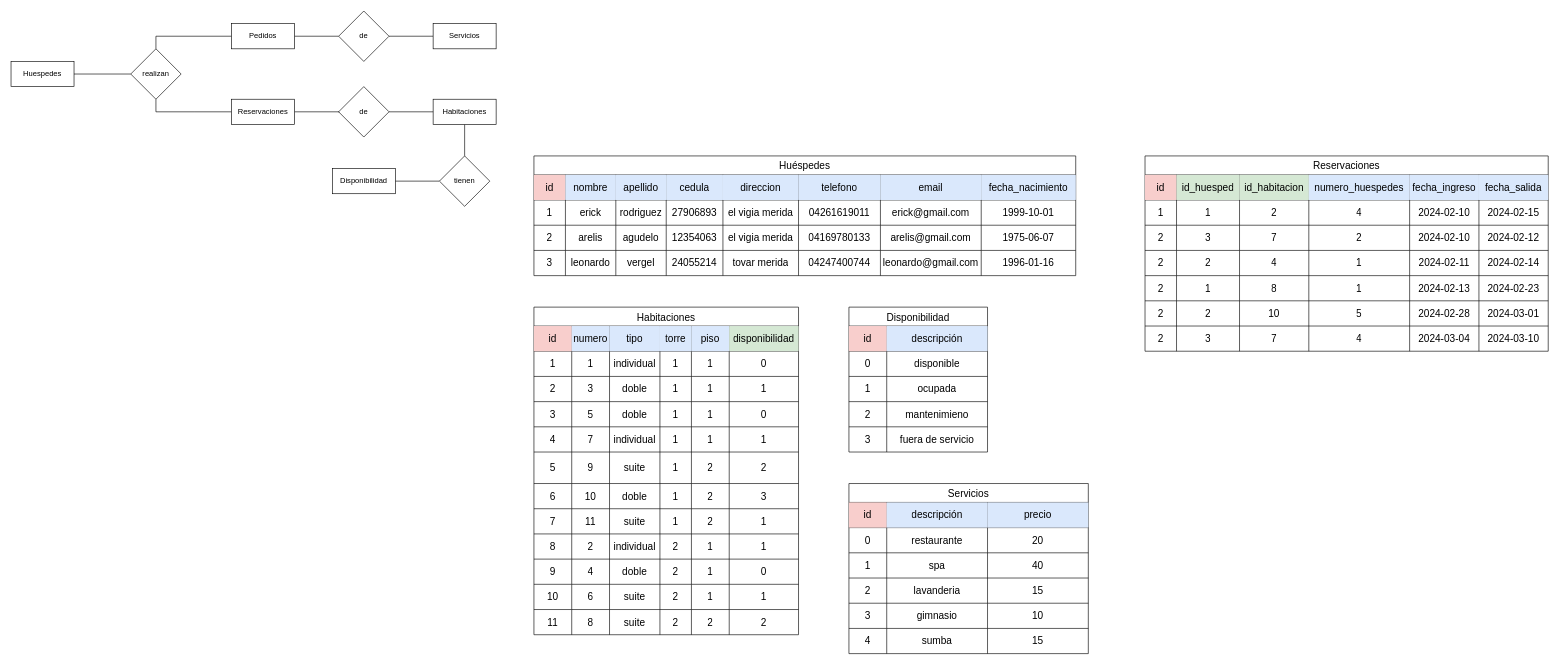
Before: hotel.drawio in AlbanyNVRodriguez/draw---diagrams, a draw.io diagram. Source tidied: cells renumbered, new cells numbered last; positions are measured from the earlier drawing's top-left corner, leaving out a move shared by most shapes. Both pictures are drawn from the tidied source at 63%, with x=0, y=0 at pixel (11, 11).
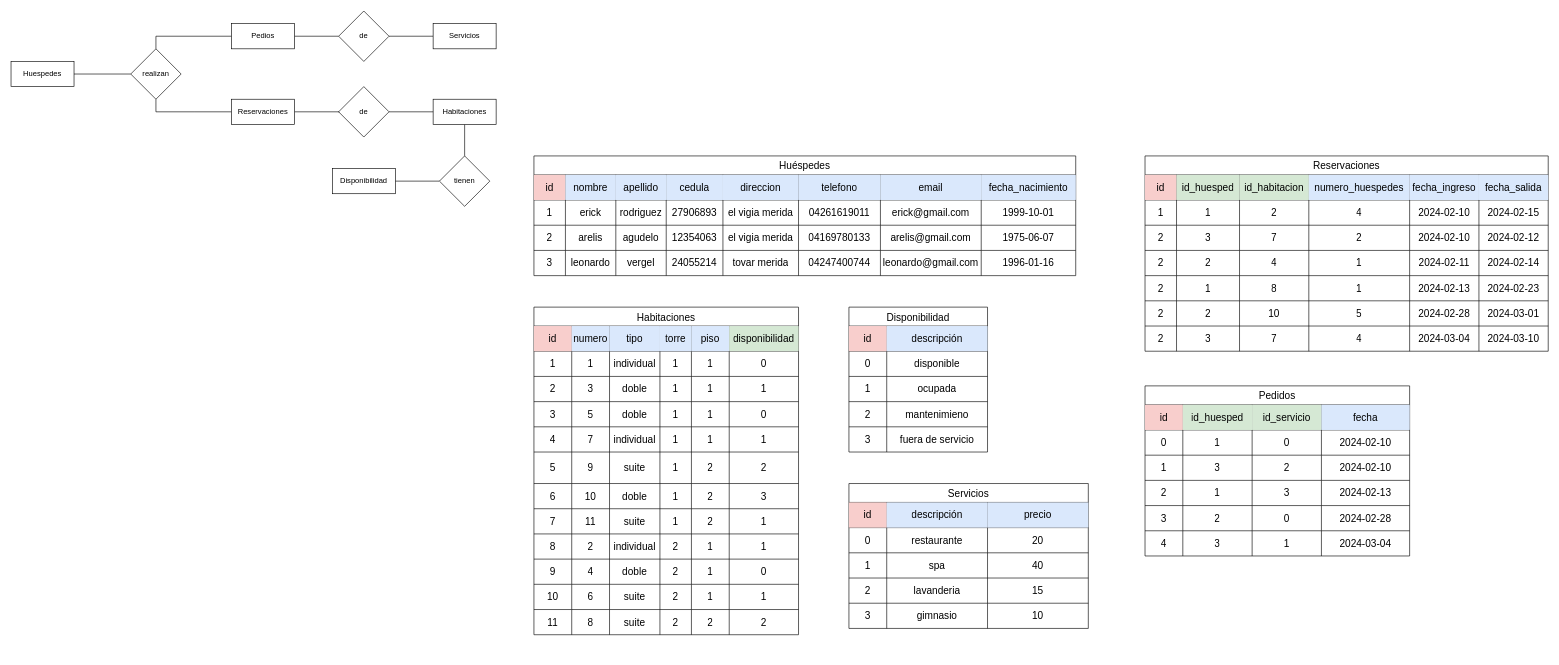
After the change.

Change to the diagram source:
```diff
@@
-    <mxCell id="10" value="Pedidos" style="whiteSpace=wrap;html=1;align=center;" parent="1" vertex="1">
+    <mxCell id="10" value="Pedios" style="whiteSpace=wrap;html=1;align=center;" parent="1" vertex="1">
       <mxGeometry x="350" y="20" width="100" height="40" as="geometry" />
     </mxCell>
@@
     <mxCell id="199" value="Servicios" style="shape=table;startSize=30;childLayout=tableLayout;strokeColor=default;fontSize=16;" parent="1" vertex="1">
-      <mxGeometry x="1330" y="750" width="380" height="270" as="geometry" />
+      <mxGeometry x="1330" y="750" width="380" height="230" as="geometry" />
     </mxCell>
@@
-    <mxCell id="220" style="shape=tableRow;horizontal=0;startSize=0;swimlaneHead=0;swimlaneBody=0;strokeColor=inherit;top=0;left=0;bottom=0;right=0;fillColor=none;fontSize=16;" parent="199" vertex="1">
-      <mxGeometry y="230" width="380" height="40" as="geometry" />
-    </mxCell>
-    <mxCell id="221" value="4" style="shape=partialRectangle;html=1;whiteSpace=wrap;strokeColor=inherit;overflow=hidden;fillColor=none;top=0;left=0;bottom=0;right=0;fontSize=16;" parent="220" vertex="1">
-      <mxGeometry width="60" height="40" as="geometry" />
-    </mxCell>
-    <mxCell id="222" value="sumba" style="shape=partialRectangle;html=1;whiteSpace=wrap;strokeColor=inherit;overflow=hidden;fillColor=none;top=0;left=0;bottom=0;right=0;fontSize=16;" parent="220" vertex="1">
-      <mxGeometry x="60" width="160" height="40" as="geometry" />
-    </mxCell>
-    <mxCell id="223" value="15" style="shape=partialRectangle;html=1;whiteSpace=wrap;strokeColor=inherit;overflow=hidden;fillColor=none;top=0;left=0;bottom=0;right=0;fontSize=16;" parent="220" vertex="1">
-      <mxGeometry x="220" width="160" height="40" as="geometry" />
-    </mxCell>
@@
+    <mxCell id="236" value="Pedidos" style="shape=table;startSize=30;childLayout=tableLayout;strokeColor=default;fontSize=16;" parent="1" vertex="1">
+      <mxGeometry x="1800" y="595" width="420" height="270" as="geometry" />
+    </mxCell>
+    <mxCell id="237" style="shape=tableRow;horizontal=0;startSize=0;swimlaneHead=0;swimlaneBody=0;strokeColor=inherit;top=0;left=0;bottom=0;right=0;fillColor=none;fontSize=16;" parent="236" vertex="1">
+      <mxGeometry y="30" width="420" height="40" as="geometry" />
+    </mxCell>
+    <mxCell id="238" value="id" style="shape=partialRectangle;html=1;whiteSpace=wrap;strokeColor=#b85450;overflow=hidden;fillColor=#f8cecc;top=0;left=0;bottom=0;right=0;fontSize=16;" parent="237" vertex="1">
+      <mxGeometry width="60" height="40" as="geometry" />
+    </mxCell>
+    <mxCell id="239" value="id_huesped" style="shape=partialRectangle;html=1;whiteSpace=wrap;strokeColor=#82b366;overflow=hidden;fillColor=#d5e8d4;top=0;left=0;bottom=0;right=0;fontSize=16;" parent="237" vertex="1">
+      <mxGeometry x="60" width="110" height="40" as="geometry" />
+    </mxCell>
+    <mxCell id="240" value="id_servicio" style="shape=partialRectangle;html=1;whiteSpace=wrap;strokeColor=#82b366;overflow=hidden;fillColor=#d5e8d4;top=0;left=0;bottom=0;right=0;fontSize=16;" parent="237" vertex="1">
+      <mxGeometry x="170" width="110" height="40" as="geometry" />
+    </mxCell>
+    <mxCell id="241" value="fecha" style="shape=partialRectangle;html=1;whiteSpace=wrap;strokeColor=#6c8ebf;overflow=hidden;fillColor=#dae8fc;top=0;left=0;bottom=0;right=0;fontSize=16;" parent="237" vertex="1">
+      <mxGeometry x="280" width="140" height="40" as="geometry" />
+    </mxCell>
+    <mxCell id="242" style="shape=tableRow;horizontal=0;startSize=0;swimlaneHead=0;swimlaneBody=0;strokeColor=inherit;top=0;left=0;bottom=0;right=0;fillColor=none;fontSize=16;" parent="236" vertex="1">
+      <mxGeometry y="70" width="420" height="40" as="geometry" />
+    </mxCell>
+    <mxCell id="243" value="0" style="shape=partialRectangle;html=1;whiteSpace=wrap;strokeColor=inherit;overflow=hidden;fillColor=none;top=0;left=0;bottom=0;right=0;fontSize=16;" parent="242" vertex="1">
+      <mxGeometry width="60" height="40" as="geometry" />
+    </mxCell>
+    <mxCell id="244" value="1" style="shape=partialRectangle;html=1;whiteSpace=wrap;strokeColor=inherit;overflow=hidden;fillColor=none;top=0;left=0;bottom=0;right=0;fontSize=16;" parent="242" vertex="1">
+      <mxGeometry x="60" width="110" height="40" as="geometry" />
+    </mxCell>
+    <mxCell id="245" value="0" style="shape=partialRectangle;html=1;whiteSpace=wrap;strokeColor=inherit;overflow=hidden;fillColor=none;top=0;left=0;bottom=0;right=0;fontSize=16;" parent="242" vertex="1">
+      <mxGeometry x="170" width="110" height="40" as="geometry" />
+    </mxCell>
+    <mxCell id="246" value="2024-02-10" style="shape=partialRectangle;html=1;whiteSpace=wrap;strokeColor=inherit;overflow=hidden;fillColor=none;top=0;left=0;bottom=0;right=0;fontSize=16;" parent="242" vertex="1">
+      <mxGeometry x="280" width="140" height="40" as="geometry" />
+    </mxCell>
+    <mxCell id="247" style="shape=tableRow;horizontal=0;startSize=0;swimlaneHead=0;swimlaneBody=0;strokeColor=inherit;top=0;left=0;bottom=0;right=0;fillColor=none;fontSize=16;" parent="236" vertex="1">
+      <mxGeometry y="110" width="420" height="40" as="geometry" />
+    </mxCell>
+    <mxCell id="248" value="1" style="shape=partialRectangle;html=1;whiteSpace=wrap;strokeColor=inherit;overflow=hidden;fillColor=none;top=0;left=0;bottom=0;right=0;fontSize=16;" parent="247" vertex="1">
+      <mxGeometry width="60" height="40" as="geometry" />
+    </mxCell>
+    <mxCell id="249" value="3" style="shape=partialRectangle;html=1;whiteSpace=wrap;strokeColor=inherit;overflow=hidden;fillColor=none;top=0;left=0;bottom=0;right=0;fontSize=16;" parent="247" vertex="1">
+      <mxGeometry x="60" width="110" height="40" as="geometry" />
+    </mxCell>
+    <mxCell id="250" value="2" style="shape=partialRectangle;html=1;whiteSpace=wrap;strokeColor=inherit;overflow=hidden;fillColor=none;top=0;left=0;bottom=0;right=0;fontSize=16;" parent="247" vertex="1">
+      <mxGeometry x="170" width="110" height="40" as="geometry" />
+    </mxCell>
+    <mxCell id="251" value="2024-02-10" style="shape=partialRectangle;html=1;whiteSpace=wrap;strokeColor=inherit;overflow=hidden;fillColor=none;top=0;left=0;bottom=0;right=0;fontSize=16;" parent="247" vertex="1">
+      <mxGeometry x="280" width="140" height="40" as="geometry" />
+    </mxCell>
+    <mxCell id="252" style="shape=tableRow;horizontal=0;startSize=0;swimlaneHead=0;swimlaneBody=0;strokeColor=inherit;top=0;left=0;bottom=0;right=0;fillColor=none;fontSize=16;" parent="236" vertex="1">
+      <mxGeometry y="150" width="420" height="40" as="geometry" />
+    </mxCell>
+    <mxCell id="253" value="2" style="shape=partialRectangle;html=1;whiteSpace=wrap;strokeColor=inherit;overflow=hidden;fillColor=none;top=0;left=0;bottom=0;right=0;fontSize=16;" parent="252" vertex="1">
+      <mxGeometry width="60" height="40" as="geometry" />
+    </mxCell>
+    <mxCell id="254" value="1" style="shape=partialRectangle;html=1;whiteSpace=wrap;strokeColor=inherit;overflow=hidden;fillColor=none;top=0;left=0;bottom=0;right=0;fontSize=16;" parent="252" vertex="1">
+      <mxGeometry x="60" width="110" height="40" as="geometry" />
+    </mxCell>
+    <mxCell id="255" value="3" style="shape=partialRectangle;html=1;whiteSpace=wrap;strokeColor=inherit;overflow=hidden;fillColor=none;top=0;left=0;bottom=0;right=0;fontSize=16;" parent="252" vertex="1">
+      <mxGeometry x="170" width="110" height="40" as="geometry" />
+    </mxCell>
+    <mxCell id="256" value="2024-02-13" style="shape=partialRectangle;html=1;whiteSpace=wrap;strokeColor=inherit;overflow=hidden;fillColor=none;top=0;left=0;bottom=0;right=0;fontSize=16;" parent="252" vertex="1">
+      <mxGeometry x="280" width="140" height="40" as="geometry" />
+    </mxCell>
+    <mxCell id="257" style="shape=tableRow;horizontal=0;startSize=0;swimlaneHead=0;swimlaneBody=0;strokeColor=inherit;top=0;left=0;bottom=0;right=0;fillColor=none;fontSize=16;" parent="236" vertex="1">
+      <mxGeometry y="190" width="420" height="40" as="geometry" />
+    </mxCell>
+    <mxCell id="258" value="3" style="shape=partialRectangle;html=1;whiteSpace=wrap;strokeColor=inherit;overflow=hidden;fillColor=none;top=0;left=0;bottom=0;right=0;fontSize=16;" parent="257" vertex="1">
+      <mxGeometry width="60" height="40" as="geometry" />
+    </mxCell>
+    <mxCell id="259" value="2" style="shape=partialRectangle;html=1;whiteSpace=wrap;strokeColor=inherit;overflow=hidden;fillColor=none;top=0;left=0;bottom=0;right=0;fontSize=16;" parent="257" vertex="1">
+      <mxGeometry x="60" width="110" height="40" as="geometry" />
+    </mxCell>
+    <mxCell id="260" value="0" style="shape=partialRectangle;html=1;whiteSpace=wrap;strokeColor=inherit;overflow=hidden;fillColor=none;top=0;left=0;bottom=0;right=0;fontSize=16;" parent="257" vertex="1">
+      <mxGeometry x="170" width="110" height="40" as="geometry" />
+    </mxCell>
+    <mxCell id="261" value="2024-02-28" style="shape=partialRectangle;html=1;whiteSpace=wrap;strokeColor=inherit;overflow=hidden;fillColor=none;top=0;left=0;bottom=0;right=0;fontSize=16;" parent="257" vertex="1">
+      <mxGeometry x="280" width="140" height="40" as="geometry" />
+    </mxCell>
+    <mxCell id="262" style="shape=tableRow;horizontal=0;startSize=0;swimlaneHead=0;swimlaneBody=0;strokeColor=inherit;top=0;left=0;bottom=0;right=0;fillColor=none;fontSize=16;" parent="236" vertex="1">
+      <mxGeometry y="230" width="420" height="40" as="geometry" />
+    </mxCell>
+    <mxCell id="221" value="4" style="shape=partialRectangle;html=1;whiteSpace=wrap;strokeColor=inherit;overflow=hidden;fillColor=none;top=0;left=0;bottom=0;right=0;fontSize=16;" parent="262" vertex="1">
+      <mxGeometry width="60" height="40" as="geometry" />
+    </mxCell>
+    <mxCell id="263" value="3" style="shape=partialRectangle;html=1;whiteSpace=wrap;strokeColor=inherit;overflow=hidden;fillColor=none;top=0;left=0;bottom=0;right=0;fontSize=16;" parent="262" vertex="1">
+      <mxGeometry x="60" width="110" height="40" as="geometry" />
+    </mxCell>
+    <mxCell id="264" value="1" style="shape=partialRectangle;html=1;whiteSpace=wrap;strokeColor=inherit;overflow=hidden;fillColor=none;top=0;left=0;bottom=0;right=0;fontSize=16;" parent="262" vertex="1">
+      <mxGeometry x="170" width="110" height="40" as="geometry" />
+    </mxCell>
+    <mxCell id="265" value="2024-03-04" style="shape=partialRectangle;html=1;whiteSpace=wrap;strokeColor=inherit;overflow=hidden;fillColor=none;top=0;left=0;bottom=0;right=0;fontSize=16;" parent="262" vertex="1">
+      <mxGeometry x="280" width="140" height="40" as="geometry" />
+    </mxCell>
```
